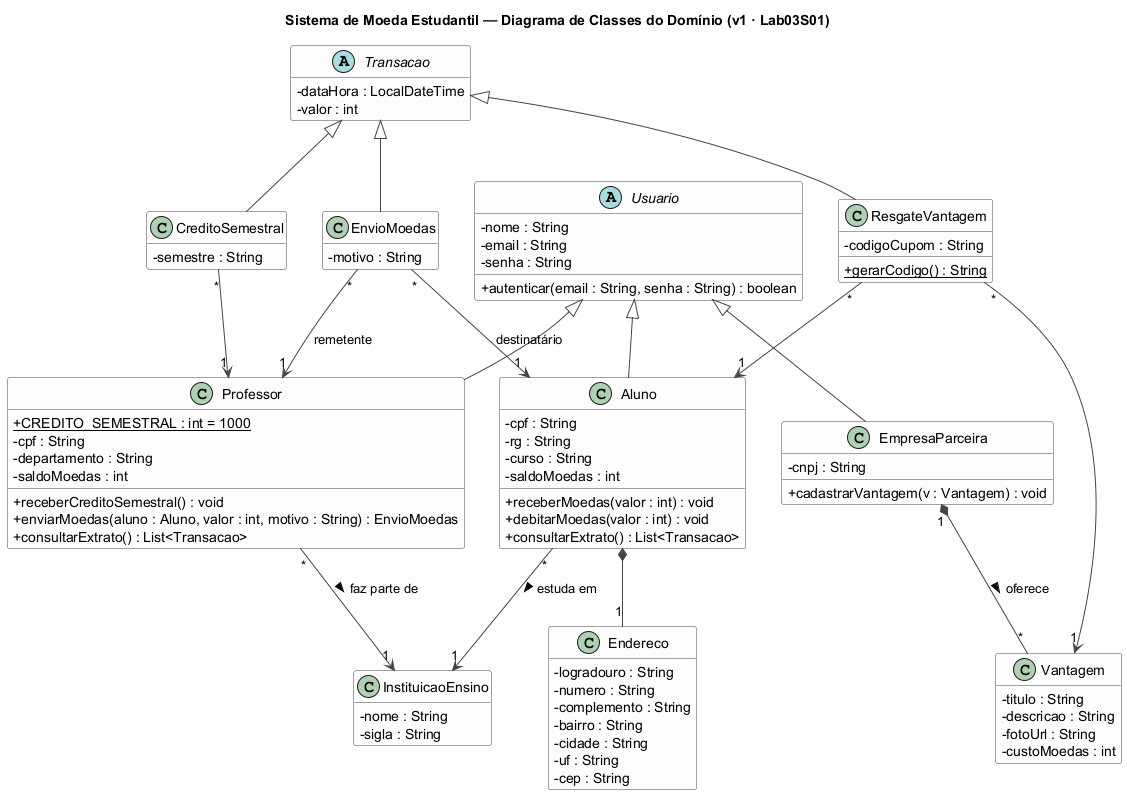
Earlier version of the PlantUML export docs/diagramas/diagrama-classes.png (viniciusoramos/Sistema-de-Moeda-Estudantil). Its diagram source:
```plantuml
@startuml diagrama-classes

title Sistema de Moeda Estudantil — Diagrama de Classes do Domínio (v1 · Lab03S01)

skinparam classAttributeIconSize 0
skinparam shadowing false
skinparam class {
  BackgroundColor #FDFDFD
  BorderColor #444444
  ArrowColor #444444
}
hide empty members
set separator none

abstract class Usuario {
  - nome : String
  - email : String
  - senha : String
  + autenticar(email : String, senha : String) : boolean
}

class Aluno {
  - cpf : String
  - rg : String
  - curso : String
  - saldoMoedas : int
  + receberMoedas(valor : int) : void
  + debitarMoedas(valor : int) : void
  + consultarExtrato() : List<Transacao>
}

class Professor {
  + {static} CREDITO_SEMESTRAL : int = 1000
  - cpf : String
  - departamento : String
  - saldoMoedas : int
  + receberCreditoSemestral() : void
  + enviarMoedas(aluno : Aluno, valor : int, motivo : String) : EnvioMoedas
  + consultarExtrato() : List<Transacao>
}

class EmpresaParceira {
  - cnpj : String
  + cadastrarVantagem(v : Vantagem) : void
}

class Endereco {
  - logradouro : String
  - numero : String
  - complemento : String
  - bairro : String
  - cidade : String
  - uf : String
  - cep : String
}

class InstituicaoEnsino {
  - nome : String
  - sigla : String
}

class Vantagem {
  - titulo : String
  - descricao : String
  - fotoUrl : String
  - custoMoedas : int
}

abstract class Transacao {
  - dataHora : LocalDateTime
  - valor : int
}

class EnvioMoedas {
  - motivo : String
}

class ResgateVantagem {
  - codigoCupom : String
  + {static} gerarCodigo() : String
}

class CreditoSemestral {
  - semestre : String
}

Usuario <|-- Aluno
Usuario <|-- Professor
Usuario <|-- EmpresaParceira

Aluno *-- "1" Endereco
Aluno "*" --> "1" InstituicaoEnsino : estuda em >
Professor "*" --> "1" InstituicaoEnsino : faz parte de >

EmpresaParceira "1" *-- "*" Vantagem : oferece >

Transacao <|-- EnvioMoedas
Transacao <|-- ResgateVantagem
Transacao <|-- CreditoSemestral

EnvioMoedas "*" --> "1" Professor : remetente
EnvioMoedas "*" --> "1" Aluno : destinatário
ResgateVantagem "*" --> "1" Aluno
ResgateVantagem "*" --> "1" Vantagem
CreditoSemestral "*" --> "1" Professor

@enduml
```
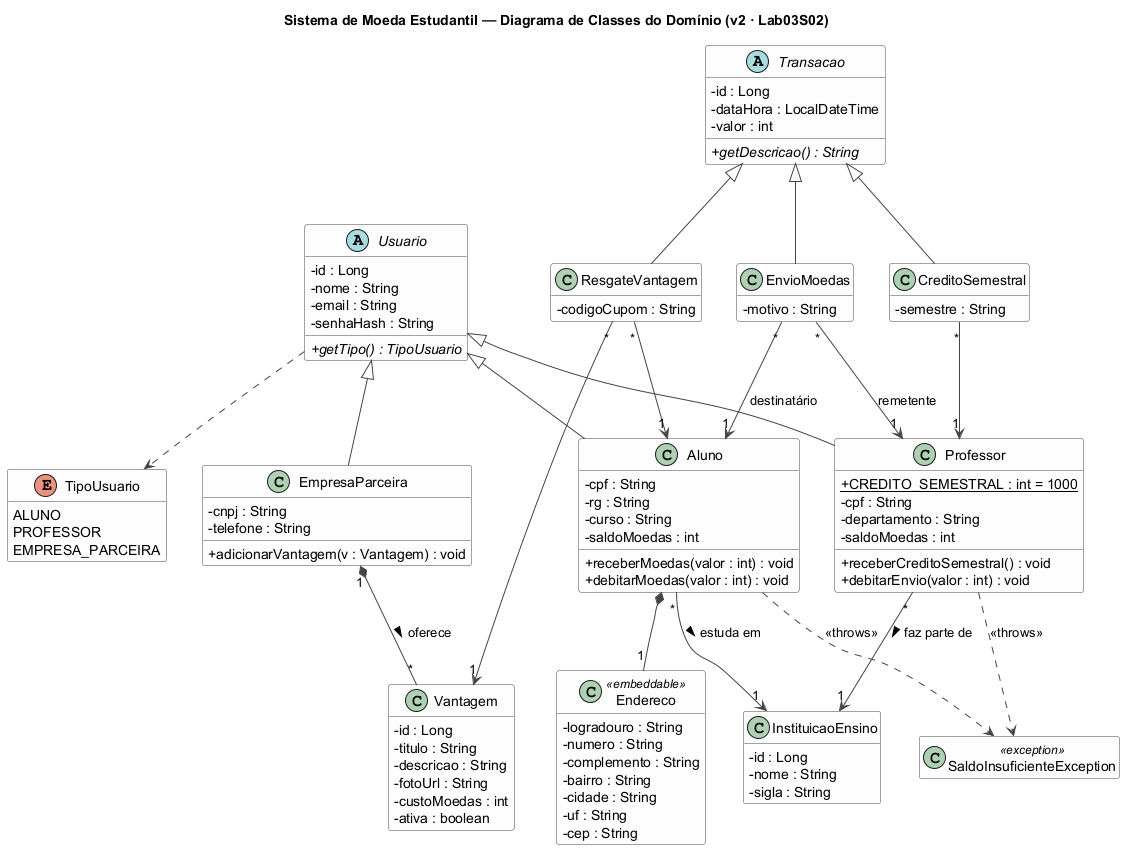
The same diagram one commit later.

What changed in the source:
```diff
@@ -1,6 +1,6 @@
 @startuml diagrama-classes
 
-title Sistema de Moeda Estudantil — Diagrama de Classes do Domínio (v1 · Lab03S01)
+title Sistema de Moeda Estudantil — Diagrama de Classes do Domínio (v2 · Lab03S02)
 
 skinparam classAttributeIconSize 0
 skinparam shadowing false
@@ -13,10 +13,17 @@
 set separator none
 
 abstract class Usuario {
+  - id : Long
   - nome : String
   - email : String
-  - senha : String
-  + autenticar(email : String, senha : String) : boolean
+  - senhaHash : String
+  + {abstract} getTipo() : TipoUsuario
+}
+
+enum TipoUsuario {
+  ALUNO
+  PROFESSOR
+  EMPRESA_PARCEIRA
 }
 
 class Aluno {
@@ -26,7 +33,6 @@
   - saldoMoedas : int
   + receberMoedas(valor : int) : void
   + debitarMoedas(valor : int) : void
-  + consultarExtrato() : List<Transacao>
 }
 
 class Professor {
@@ -35,16 +41,16 @@
   - departamento : String
   - saldoMoedas : int
   + receberCreditoSemestral() : void
-  + enviarMoedas(aluno : Aluno, valor : int, motivo : String) : EnvioMoedas
-  + consultarExtrato() : List<Transacao>
+  + debitarEnvio(valor : int) : void
 }
 
 class EmpresaParceira {
   - cnpj : String
-  + cadastrarVantagem(v : Vantagem) : void
+  - telefone : String
+  + adicionarVantagem(v : Vantagem) : void
 }
 
-class Endereco {
+class Endereco <<embeddable>> {
   - logradouro : String
   - numero : String
   - complemento : String
@@ -55,20 +61,25 @@
 }
 
 class InstituicaoEnsino {
+  - id : Long
   - nome : String
   - sigla : String
 }
 
 class Vantagem {
+  - id : Long
   - titulo : String
   - descricao : String
   - fotoUrl : String
   - custoMoedas : int
+  - ativa : boolean
 }
 
 abstract class Transacao {
+  - id : Long
   - dataHora : LocalDateTime
   - valor : int
+  + {abstract} getDescricao() : String
 }
 
 class EnvioMoedas {
@@ -77,16 +88,18 @@
 
 class ResgateVantagem {
   - codigoCupom : String
-  + {static} gerarCodigo() : String
 }
 
 class CreditoSemestral {
   - semestre : String
 }
 
+class SaldoInsuficienteException <<exception>>
+
 Usuario <|-- Aluno
 Usuario <|-- Professor
 Usuario <|-- EmpresaParceira
+Usuario ..> TipoUsuario
 
 Aluno *-- "1" Endereco
 Aluno "*" --> "1" InstituicaoEnsino : estuda em >
@@ -104,4 +117,7 @@
 ResgateVantagem "*" --> "1" Vantagem
 CreditoSemestral "*" --> "1" Professor
 
+Aluno ..> SaldoInsuficienteException : <<throws>>
+Professor ..> SaldoInsuficienteException : <<throws>>
+
 @enduml
```
